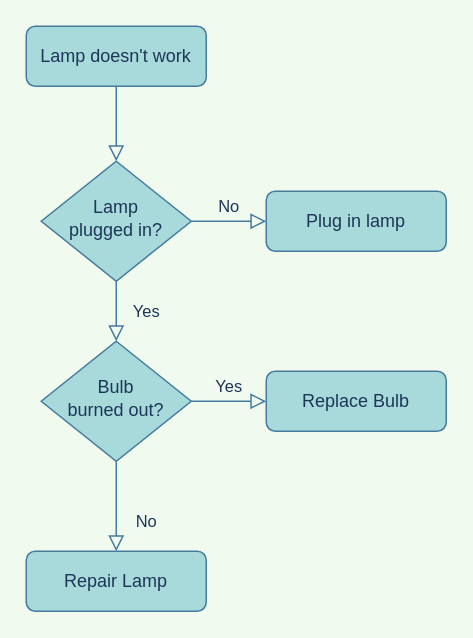
Above: page "Page-1" (1 of 2) of 未命名绘图.drawio in cwlili/InterviewGuide (draw.io), before the change. Source tidied: cells renumbered, new cells numbered last; positions are measured from the earlier drawing's top-left corner, leaving out a move shared by most shapes. Both pictures are drawn from the tidied source at 150%, with x=0, y=0 at pixel (26, 26).
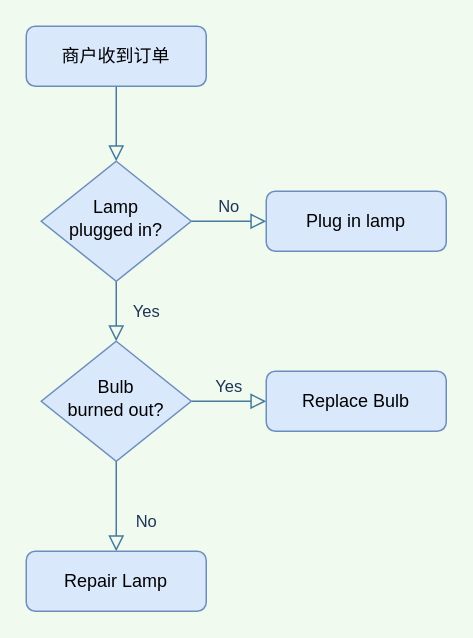
Above is the later version.

Diff of the diagram source:
```diff
@@
 <mxGraphModel background="#F1FAEE">
   <root>
     <mxCell id="0" />
     <mxCell id="1" parent="0" />
     <mxCell id="2" style="rounded=0;html=1;jettySize=auto;fontSize=11;endArrow=block;endFill=0;endSize=8;strokeWidth=1;shadow=0;labelBackgroundColor=none;edgeStyle=orthogonalEdgeStyle;strokeColor=#457B9D;fontColor=#1D3557;" parent="1" edge="1" source="3" target="6">
       <mxGeometry relative="1" as="geometry" />
     </mxCell>
-    <mxCell id="3" value="Lamp doesn't work" style="rounded=1;whiteSpace=wrap;html=1;fontSize=12;glass=0;strokeWidth=1;shadow=0;fillColor=#A8DADC;strokeColor=#457B9D;fontColor=#1D3557;" parent="1" vertex="1">
+    <mxCell id="3" value="商户收到订单" style="rounded=1;whiteSpace=wrap;html=1;fontSize=12;glass=0;strokeWidth=1;shadow=0;fillColor=#dae8fc;strokeColor=#6c8ebf;fillStyle=auto;" parent="1" vertex="1">
       <mxGeometry width="120" height="40" as="geometry" />
     </mxCell>
     <mxCell id="4" value="Yes" style="rounded=0;html=1;jettySize=auto;fontSize=11;endArrow=block;endFill=0;endSize=8;strokeWidth=1;shadow=0;labelBackgroundColor=none;edgeStyle=orthogonalEdgeStyle;strokeColor=#457B9D;fontColor=#1D3557;" parent="1" edge="1" source="6" target="10">
       <mxGeometry y="20" relative="1" as="geometry" />
     </mxCell>
     <mxCell id="5" value="No" style="edgeStyle=orthogonalEdgeStyle;rounded=0;html=1;jettySize=auto;fontSize=11;endArrow=block;endFill=0;endSize=8;strokeWidth=1;shadow=0;labelBackgroundColor=none;strokeColor=#457B9D;fontColor=#1D3557;" parent="1" edge="1" source="6" target="7">
       <mxGeometry y="10" relative="1" as="geometry" />
     </mxCell>
-    <mxCell id="6" value="Lamp&lt;br&gt;plugged in?" style="rhombus;whiteSpace=wrap;html=1;shadow=0;fontFamily=Helvetica;fontSize=12;align=center;strokeWidth=1;spacing=6;spacingTop=-4;fillColor=#A8DADC;strokeColor=#457B9D;fontColor=#1D3557;" parent="1" vertex="1">
+    <mxCell id="6" value="Lamp&lt;br&gt;plugged in?" style="rhombus;whiteSpace=wrap;html=1;shadow=0;fontFamily=Helvetica;fontSize=12;align=center;strokeWidth=1;spacing=6;spacingTop=-4;fillColor=#dae8fc;strokeColor=#6c8ebf;" parent="1" vertex="1">
       <mxGeometry x="10" y="90" width="100" height="80" as="geometry" />
     </mxCell>
-    <mxCell id="7" value="Plug in lamp" style="rounded=1;whiteSpace=wrap;html=1;fontSize=12;glass=0;strokeWidth=1;shadow=0;fillColor=#A8DADC;strokeColor=#457B9D;fontColor=#1D3557;" parent="1" vertex="1">
+    <mxCell id="7" value="Plug in lamp" style="rounded=1;whiteSpace=wrap;html=1;fontSize=12;glass=0;strokeWidth=1;shadow=0;fillColor=#dae8fc;strokeColor=#6c8ebf;" parent="1" vertex="1">
       <mxGeometry x="160" y="110" width="120" height="40" as="geometry" />
     </mxCell>
     <mxCell id="8" value="No" style="rounded=0;html=1;jettySize=auto;fontSize=11;endArrow=block;endFill=0;endSize=8;strokeWidth=1;shadow=0;labelBackgroundColor=none;edgeStyle=orthogonalEdgeStyle;strokeColor=#457B9D;fontColor=#1D3557;" parent="1" edge="1" source="10" target="11">
       <mxGeometry x="0.33" y="20" relative="1" as="geometry" />
     </mxCell>
     <mxCell id="9" value="Yes" style="edgeStyle=orthogonalEdgeStyle;rounded=0;html=1;jettySize=auto;fontSize=11;endArrow=block;endFill=0;endSize=8;strokeWidth=1;shadow=0;labelBackgroundColor=none;strokeColor=#457B9D;fontColor=#1D3557;" parent="1" edge="1" source="10" target="12">
       <mxGeometry y="10" relative="1" as="geometry" />
     </mxCell>
-    <mxCell id="10" value="Bulb&lt;br&gt;burned out?" style="rhombus;whiteSpace=wrap;html=1;shadow=0;fontFamily=Helvetica;fontSize=12;align=center;strokeWidth=1;spacing=6;spacingTop=-4;fillColor=#A8DADC;strokeColor=#457B9D;fontColor=#1D3557;" parent="1" vertex="1">
+    <mxCell id="10" value="Bulb&lt;br&gt;burned out?" style="rhombus;whiteSpace=wrap;html=1;shadow=0;fontFamily=Helvetica;fontSize=12;align=center;strokeWidth=1;spacing=6;spacingTop=-4;fillColor=#dae8fc;strokeColor=#6c8ebf;" parent="1" vertex="1">
       <mxGeometry x="10" y="210" width="100" height="80" as="geometry" />
     </mxCell>
-    <mxCell id="11" value="Repair Lamp" style="rounded=1;whiteSpace=wrap;html=1;fontSize=12;glass=0;strokeWidth=1;shadow=0;fillColor=#A8DADC;strokeColor=#457B9D;fontColor=#1D3557;" parent="1" vertex="1">
+    <mxCell id="11" value="Repair Lamp" style="rounded=1;whiteSpace=wrap;html=1;fontSize=12;glass=0;strokeWidth=1;shadow=0;fillColor=#dae8fc;strokeColor=#6c8ebf;" parent="1" vertex="1">
       <mxGeometry y="350" width="120" height="40" as="geometry" />
     </mxCell>
-    <mxCell id="12" value="Replace Bulb" style="rounded=1;whiteSpace=wrap;html=1;fontSize=12;glass=0;strokeWidth=1;shadow=0;fillColor=#A8DADC;strokeColor=#457B9D;fontColor=#1D3557;" parent="1" vertex="1">
+    <mxCell id="12" value="Replace Bulb" style="rounded=1;whiteSpace=wrap;html=1;fontSize=12;glass=0;strokeWidth=1;shadow=0;fillColor=#dae8fc;strokeColor=#6c8ebf;" parent="1" vertex="1">
       <mxGeometry x="160" y="230" width="120" height="40" as="geometry" />
     </mxCell>
   </root>
 </mxGraphModel>
```
